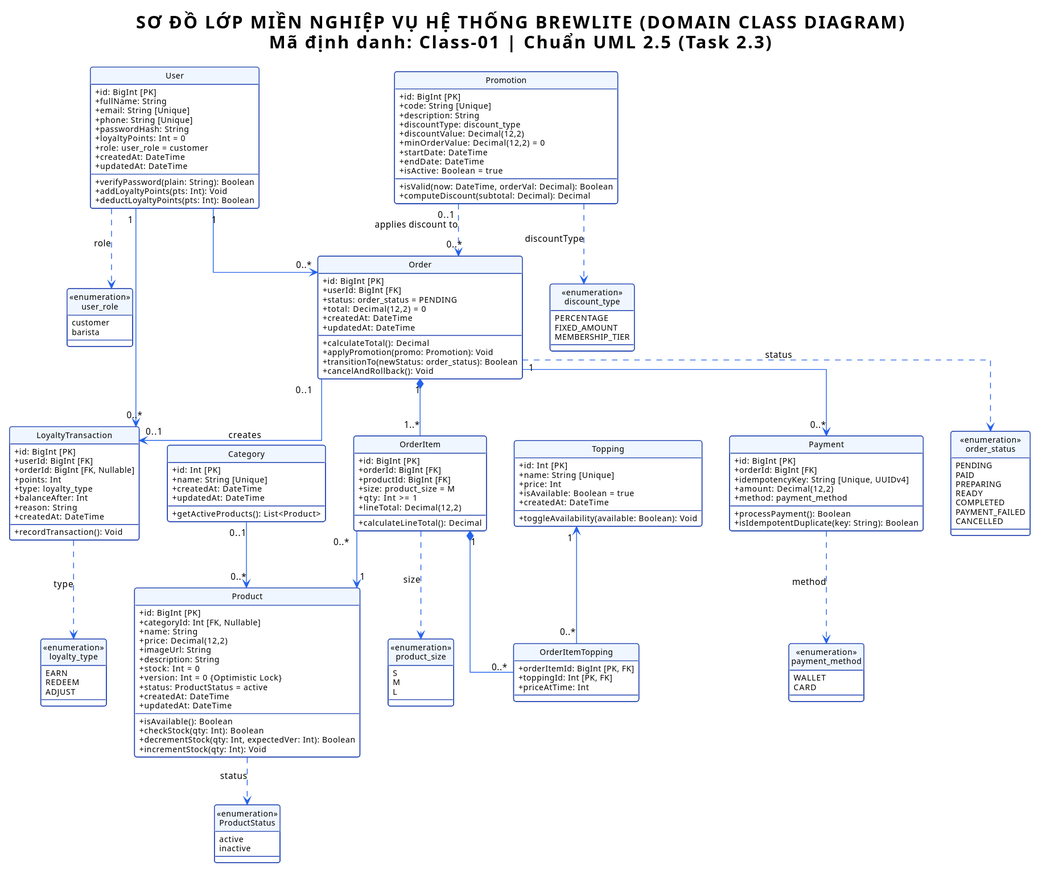
This is docs/diagrams/class-diagram.svg from Phucdang-gif/Assignment2, a PlantUML export, as it was before one commit.
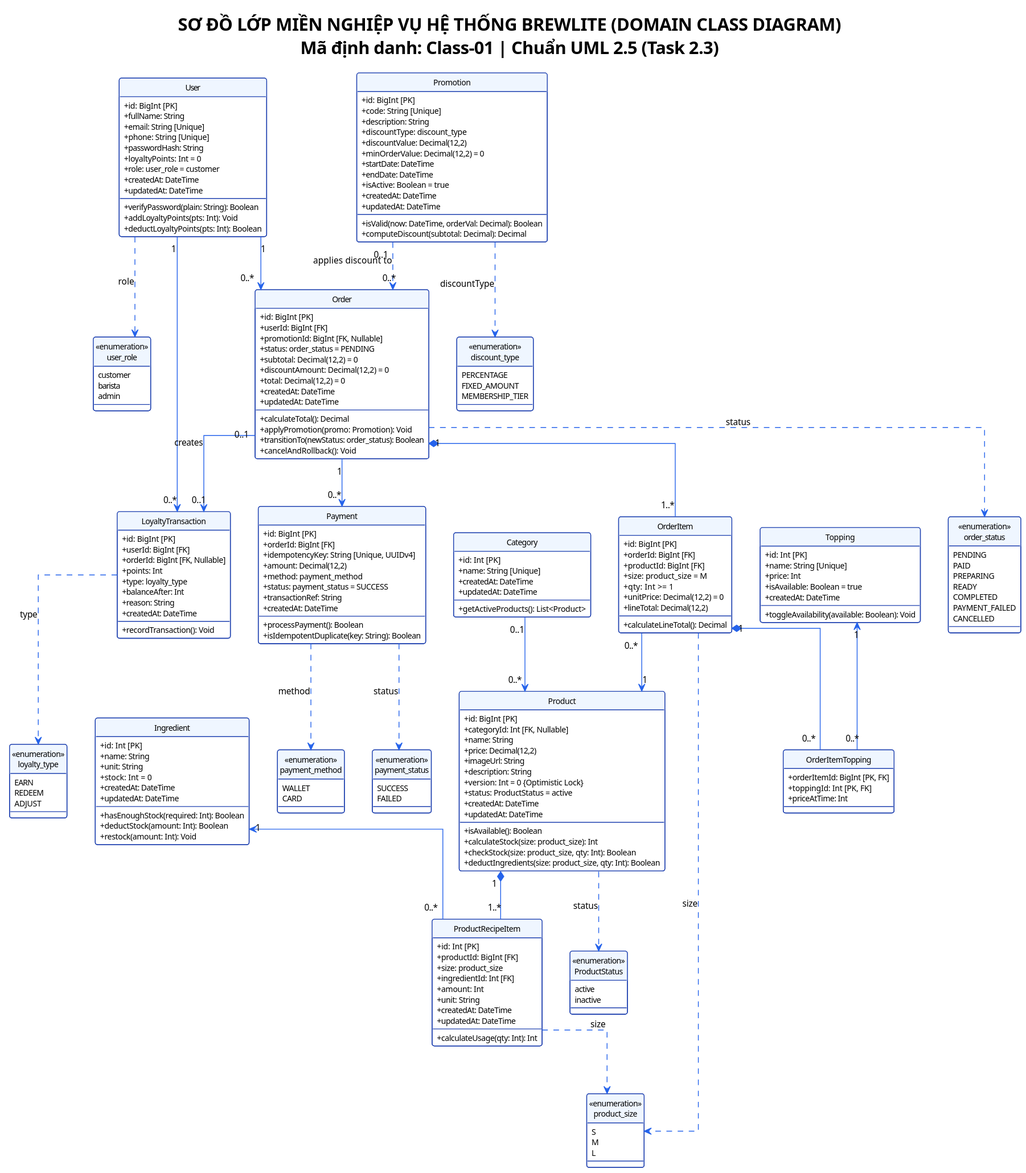
After the change.

Commit message:
docs(diagrams): [TASK-2.3] Cập nhật class diagram với nguyên liệu và công thức

Change to the diagram source:
```diff
@@ -62,16 +62,15 @@
     + price: Decimal(12,2)
     + imageUrl: String
     + description: String
-    + stock: Int = 0
     + version: Int = 0 {Optimistic Lock}
     + status: ProductStatus = active
     + createdAt: DateTime
     + updatedAt: DateTime
     --
     + isAvailable(): Boolean
-    + checkStock(qty: Int): Boolean
-    + decrementStock(qty: Int, expectedVer: Int): Boolean
-    + incrementStock(qty: Int): Void
+    + calculateStock(size: product_size): Int
+    + checkStock(size: product_size, qty: Int): Boolean
+    + deductIngredients(size: product_size, qty: Int): Boolean
 }
 
 class Topping {
@@ -84,10 +83,39 @@
     + toggleAvailability(available: Boolean): Void
 }
 
+class Ingredient {
+    + id: Int [PK]
+    + name: String
+    + unit: String
+    + stock: Int = 0
+    + createdAt: DateTime
+    + updatedAt: DateTime
+    --
+    + hasEnoughStock(required: Int): Boolean
+    + deductStock(amount: Int): Boolean
+    + restock(amount: Int): Void
+}
+
+class ProductRecipeItem {
+    + id: Int [PK]
+    + productId: BigInt [FK]
+    + size: product_size
+    + ingredientId: Int [FK]
+    + amount: Int
+    + unit: String
+    + createdAt: DateTime
+    + updatedAt: DateTime
+    --
+    + calculateUsage(qty: Int): Int
+}
+
 class Order {
     + id: BigInt [PK]
     + userId: BigInt [FK]
+    + promotionId: BigInt [FK, Nullable]
     + status: order_status = PENDING
+    + subtotal: Decimal(12,2) = 0
+    + discountAmount: Decimal(12,2) = 0
     + total: Decimal(12,2) = 0
     + createdAt: DateTime
     + updatedAt: DateTime
@@ -104,6 +132,7 @@
     + productId: BigInt [FK]
     + size: product_size = M
     + qty: Int >= 1
+    + unitPrice: Decimal(12,2) = 0
     + lineTotal: Decimal(12,2)
     --
     + calculateLineTotal(): Decimal
@@ -121,6 +150,9 @@
     + idempotencyKey: String [Unique, UUIDv4]
     + amount: Decimal(12,2)
     + method: payment_method
+    + status: payment_status = SUCCESS
+    + transactionRef: String
+    + createdAt: DateTime
     --
     + processPayment(): Boolean
     + isIdempotentDuplicate(key: String): Boolean
@@ -136,6 +168,8 @@
     + startDate: DateTime
     + endDate: DateTime
     + isActive: Boolean = true
+    + createdAt: DateTime
+    + updatedAt: DateTime
     --
     + isValid(now: DateTime, orderVal: Decimal): Boolean
     + computeDiscount(subtotal: Decimal): Decimal
@@ -158,6 +192,7 @@
 enum "<<enumeration>>\nuser_role" as user_role {
     customer
     barista
+    admin
 }
 
 enum "<<enumeration>>\norder_status" as order_status {
@@ -173,6 +208,11 @@
 enum "<<enumeration>>\npayment_method" as payment_method {
     WALLET
     CARD
+}
+
+enum "<<enumeration>>\npayment_status" as payment_status {
+    SUCCESS
+    FAILED
 }
 
 enum "<<enumeration>>\nproduct_size" as product_size {
@@ -202,6 +242,9 @@
 Category "0..1" --> "0..*" Product
 OrderItem "0..*" --> "1" Product
 
+Product "1" *-- "1..*" ProductRecipeItem
+Ingredient "1" <-- "0..*" ProductRecipeItem
+
 User "1" --> "0..*" Order
 User "1" --> "0..*" LoyaltyTransaction
 
@@ -218,7 +261,9 @@
 Product ..> ProductStatus : status
 Order ..> order_status : status
 OrderItem ..> product_size : size
+ProductRecipeItem ..> product_size : size
 Payment ..> payment_method : method
+Payment ..> payment_status : status
 Promotion ..> discount_type : discountType
 LoyaltyTransaction ..> loyalty_type : type
 @enduml
```
